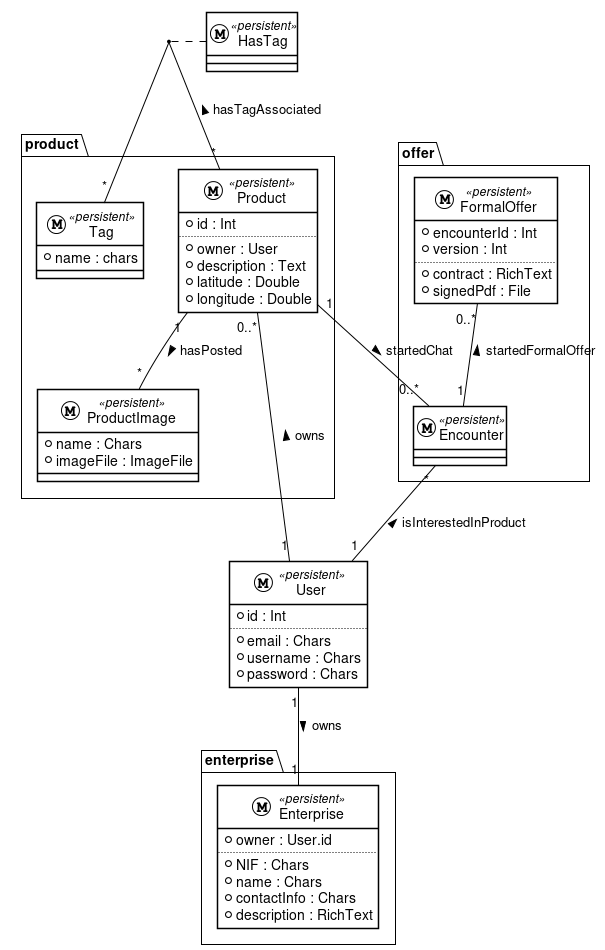
Above: 27-oct/sec/img/database-model.png in commed-it/docs (PlantUML), before the change. Source of this version:
```plantuml
@startuml
!theme plain

class product.Product <<(M, #FFFFFF) persistent>> {
    + id : Int
    ..
    + owner : User
    + description : Text
    + latitude : Double
    + longitude : Double
}

class product.ProductImage <<(M, #FFFFFF) persistent>> {
    + name : Chars
    + imageFile : ImageFile
}

class product.Tag <<(M, #FFFFFF) persistent>> {
    + name : chars
}

class enterprise.Enterprise <<(M, #FFFFFF) persistent>> {
    + owner : User.id
    ..
    + NIF : Chars
    + name : Chars
    + contactInfo : Chars
    + description : RichText
}

class User <<(M, #FFFFFF) persistent>> {
    + id : Int
    ..
    + email : Chars
    + username : Chars
    + password : Chars
}

class HasTag <<(M, #FFFFFF) persistent>> {
}

class offer.Encounter <<(M, #FFFFFF) persistent>> {
}
class offer.FormalOffer <<(M, #FFFFFF) persistent>> {
    + encounterId : Int
    + version : Int
    ..
    + contract : RichText
    + signedPdf : File
}

User "1" -- "0..*" product.Product : owns >
User "1" -- "1" enterprise.Enterprise : owns >
product.Product "1" -- "0..*" offer.Encounter : startedChat >
product.Product "1" -- "*" product.ProductImage : hasPosted >
product.Product "*" -- "*" product.Tag : hasTagAssociated >
(product.Product, product.Tag) .. HasTag
offer.FormalOffer "0..*" -- "1" offer.Encounter : startedFormalOffer <
offer.Encounter "*" -- "1" User : isInterestedInProduct <
@enduml
```
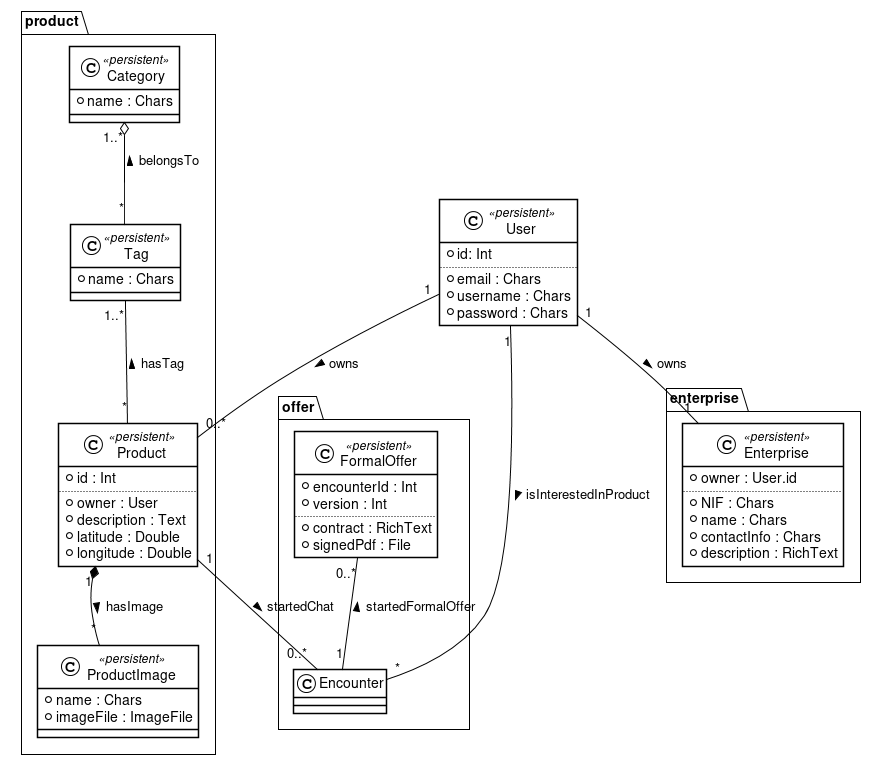
Later version of the same file.

The edit, as a diff of the source:
```diff
@@ -1,7 +1,8 @@
 @startuml
 !theme plain
 
-class product.Product <<(M, #FFFFFF) persistent>> {
+namespace product {
+class Product <<persistent>> {
     + id : Int
     ..
     + owner : User
@@ -10,51 +11,67 @@
     + longitude : Double
 }
 
-class product.ProductImage <<(M, #FFFFFF) persistent>> {
+class ProductImage <<persistent>> {
     + name : Chars
     + imageFile : ImageFile
 }
 
-class product.Tag <<(M, #FFFFFF) persistent>> {
-    + name : chars
+class Tag <<persistent>> {
+    + name : Chars
 }
 
-class enterprise.Enterprise <<(M, #FFFFFF) persistent>> {
-    + owner : User.id
-    ..
-    + NIF : Chars
+class Category <<persistent>> {
     + name : Chars
-    + contactInfo : Chars
-    + description : RichText
 }
 
-class User <<(M, #FFFFFF) persistent>> {
-    + id : Int
+Product "1" *-- "*" ProductImage : hasImage >
+Tag "1..*" -- "*" Product : hasTag <
+Category "1..*" o-- "*" Tag : belongsTo <
+
+}
+
+namespace enterprise {
+
+    class Enterprise <<persistent>> {
+        + owner : User.id
+        ..
+        + NIF : Chars
+        + name : Chars
+        + contactInfo : Chars
+        + description : RichText
+    }
+}
+
+
+class User <<persistent>> {
+    + id: Int
     ..
     + email : Chars
     + username : Chars
     + password : Chars
 }
 
-class HasTag <<(M, #FFFFFF) persistent>> {
+namespace offer {
+
+class Encounter {
+
 }
 
-class offer.Encounter <<(M, #FFFFFF) persistent>> {
-}
-class offer.FormalOffer <<(M, #FFFFFF) persistent>> {
+class FormalOffer <<persistent>> {
     + encounterId : Int
     + version : Int
     ..
     + contract : RichText
     + signedPdf : File
 }
+}
+
+
 
 User "1" -- "0..*" product.Product : owns >
 User "1" -- "1" enterprise.Enterprise : owns >
+User "1" -- "*" offer.Encounter : isInterestedInProduct >
 product.Product "1" -- "0..*" offer.Encounter : startedChat >
-product.Product "1" -- "*" product.ProductImage : hasPosted >
-product.Product "*" -- "*" product.Tag : hasTagAssociated >
-(product.Product, product.Tag) .. HasTag
 offer.FormalOffer "0..*" -- "1" offer.Encounter : startedFormalOffer <
-offer.Encounter "*" -- "1" User : isInterestedInProduct <
+
 @enduml
```
